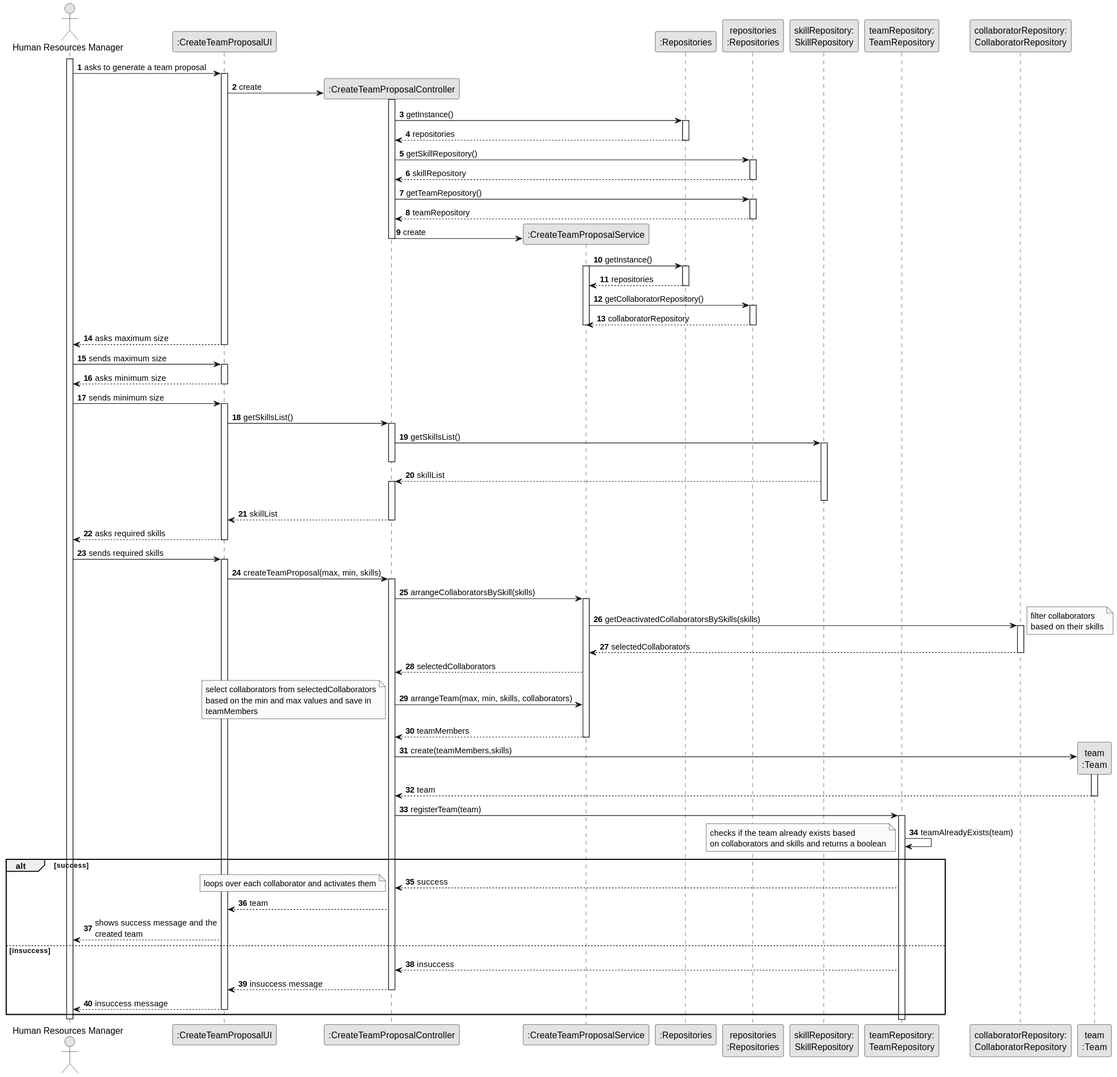
Earlier version of the PlantUML export docs/sprintC/us005/03.design/svg/us005-sequence-diagram-full.svg (Departamento-de-Engenharia-Informatica/lei-24-s2-1do-g164). The source it was exported from:
```plantuml
@startuml
skinparam monochrome true
skinparam packageStyle rectangle
skinparam shadowing false

autonumber

actor "Human Resources Manager" as HRM
participant ":CreateTeamProposalUI" as UI
participant ":CreateTeamProposalController" as CTRL
participant ":CreateTeamProposalService" as CreateTeamProposalService
participant ":Repositories" as RepositorySingleton
participant "repositories\n:Repositories" as PLAT
participant "skillRepository:\nSkillRepository" as SkillRepository

participant "teamRepository:\nTeamRepository" as TeamRepository
participant "collaboratorRepository:\nCollaboratorRepository" as CollaboratorRepository
participant "team\n:Team" as TEAM



activate HRM
  HRM -> UI : asks to generate a team proposal
  activate UI

      UI -> CTRL** : create
      activate CTRL

              CTRL -> RepositorySingleton : getInstance()
                    activate RepositorySingleton

                      RepositorySingleton --> CTRL : repositories
                    deactivate RepositorySingleton


                     CTRL -> PLAT : getSkillRepository()
                     activate PLAT
                     PLAT --> CTRL : skillRepository
                     deactivate PLAT

                     CTRL -> PLAT : getTeamRepository()

                     activate PLAT

                    PLAT --> CTRL : teamRepository
                      deactivate PLAT

              CTRL->CreateTeamProposalService**: create
                  deactivate CTRL

                CreateTeamProposalService  -> RepositorySingleton : getInstance()
                activate CreateTeamProposalService
                                      activate RepositorySingleton

                                        RepositorySingleton --> CreateTeamProposalService : repositories
                                      deactivate RepositorySingleton


                                       CreateTeamProposalService -> PLAT : getCollaboratorRepository()
                                       activate PLAT
                                       PLAT --> CreateTeamProposalService : collaboratorRepository
                                       deactivate PLAT

deactivate CreateTeamProposalService
    UI --> HRM : asks maximum size
deactivate UI



  HRM -> UI : sends maximum size
activate UI
    UI --> HRM : asks minimum size
deactivate UI

  HRM -> UI : sends minimum size

activate UI
    UI -> CTRL : getSkillsList()

activate CTRL

CTRL -> SkillRepository: getSkillsList()
activate SkillRepository
deactivate CTRL

        SkillRepository --> CTRL : skillList
    activate CTRL
      deactivate SkillRepository
      CTRL --> UI : skillList


    deactivate CTRL

    UI --> HRM : asks required skills
deactivate UI

  HRM -> UI : sends required skills
 activate UI
    UI -> CTRL : createTeamProposal(max, min, skills)


    activate CTRL


    CTRL -> CreateTeamProposalService : arrangeCollaboratorsBySkill(skills)
    activate CreateTeamProposalService


    CreateTeamProposalService-> CollaboratorRepository : getDeactivatedCollaboratorsBySkills(skills)
          note right : filter collaborators\nbased on their skills

          activate CollaboratorRepository

            CollaboratorRepository --> CreateTeamProposalService: selectedCollaborators
            deactivate CollaboratorRepository
CreateTeamProposalService-->CTRL: selectedCollaborators

CTRL-> CreateTeamProposalService: arrangeTeam(max, min, skills, collaborators)

   note bottom : select collaborators from selectedCollaborators\nbased on the min and max values and save in\nteamMembers
CreateTeamProposalService --> CTRL: teamMembers
deactivate CreateTeamProposalService




CTRL -> TEAM** : create(teamMembers,skills)
activate TEAM
TEAM-->CTRL: team
deactivate TEAM


CTRL -> TeamRepository : registerTeam(team)



activate TeamRepository


        TeamRepository -> TeamRepository : teamAlreadyExists(team)
        note bottom: checks if the team already exists based\non collaborators and skills and returns a boolean
alt success

        TeamRepository --> CTRL : success
        note bottom: loops over each collaborator and activates them


      CTRL --> UI : team

    UI --> HRM : shows success message and the\ncreated team

else insuccess
 TeamRepository --> CTRL : insuccess


      CTRL --> UI : insuccess message

    deactivate CTRL
    UI --> HRM : insuccess message
  deactivate UI

 end
deactivate HRM
@enduml
```
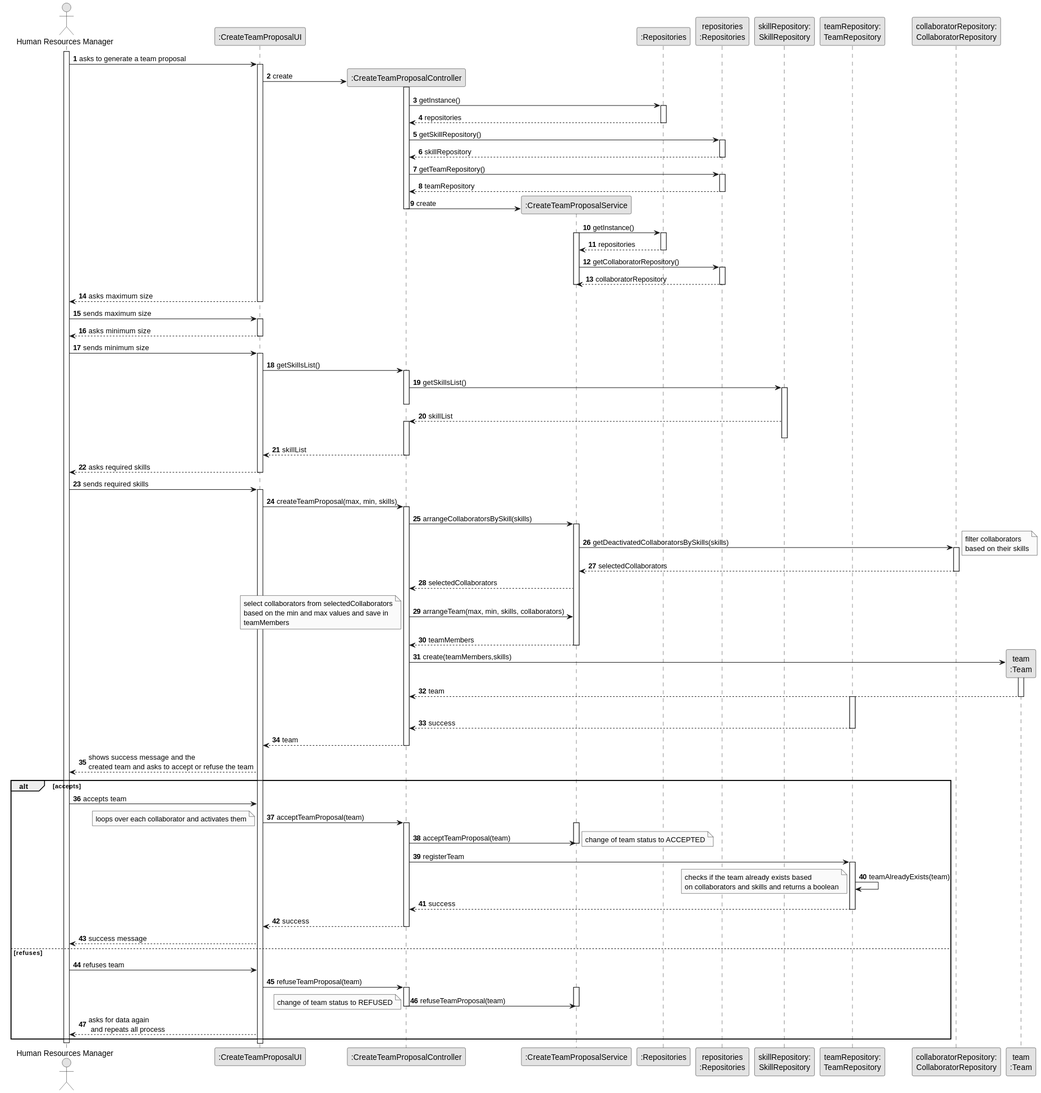
The same diagram one commit later.

The edit, as a diff of the source:
```diff
@@ -130,35 +130,61 @@
 deactivate TEAM
 
 
-CTRL -> TeamRepository : registerTeam(team)
+
 
 
 
 activate TeamRepository
 
 
-        TeamRepository -> TeamRepository : teamAlreadyExists(team)
-        note bottom: checks if the team already exists based\non collaborators and skills and returns a boolean
 alt success
 
         TeamRepository --> CTRL : success
-        note bottom: loops over each collaborator and activates them
+
+deactivate TeamRepository
+
+      CTRL --> UI : team
+      deactivate CTRL
+
+    UI --> HRM : shows success message and the\ncreated team and asks to accept or refuse the team
 
 
-      CTRL --> UI : team
+  alt accepts
 
-    UI --> HRM : shows success message and the\ncreated team
+  HRM-> UI: accepts team
 
-else insuccess
- TeamRepository --> CTRL : insuccess
+  UI -> CTRL: acceptTeamProposal(team)
+  activate CTRL
+
+  note left :loops over each collaborator and activates them
+   activate CreateTeamProposalService
+ CTRL-> CreateTeamProposalService :acceptTeamProposal(team)
+  note right: change of team status to ACCEPTED
+ deactivate CreateTeamProposalService
 
 
-      CTRL --> UI : insuccess message
+CTRL-> TeamRepository: registerTeam
+ activate TeamRepository
+        TeamRepository -> TeamRepository : teamAlreadyExists(team)
+               note bottom: checks if the team already exists based\non collaborators and skills and returns a boolean
+TeamRepository--> CTRL: success
+deactivate TeamRepository
+CTRL--> UI: success
+deactivate CTRL
+UI--> HRM: success message
 
-    deactivate CTRL
-    UI --> HRM : insuccess message
-  deactivate UI
+else refuses
 
+HRM-> UI: refuses team
+UI-> CTRL: refuseTeamProposal(team)
+activate CTRL
+    activate CreateTeamProposalService
+CTRL-> CreateTeamProposalService: refuseTeamProposal(team)
+deactivate CTRL
+  note bottom: change of team status to REFUSED
+  deactivate CreateTeamProposalService
+  UI--> HRM: asks for data again\n and repeats all process
  end
+
 deactivate HRM
 @enduml
```
